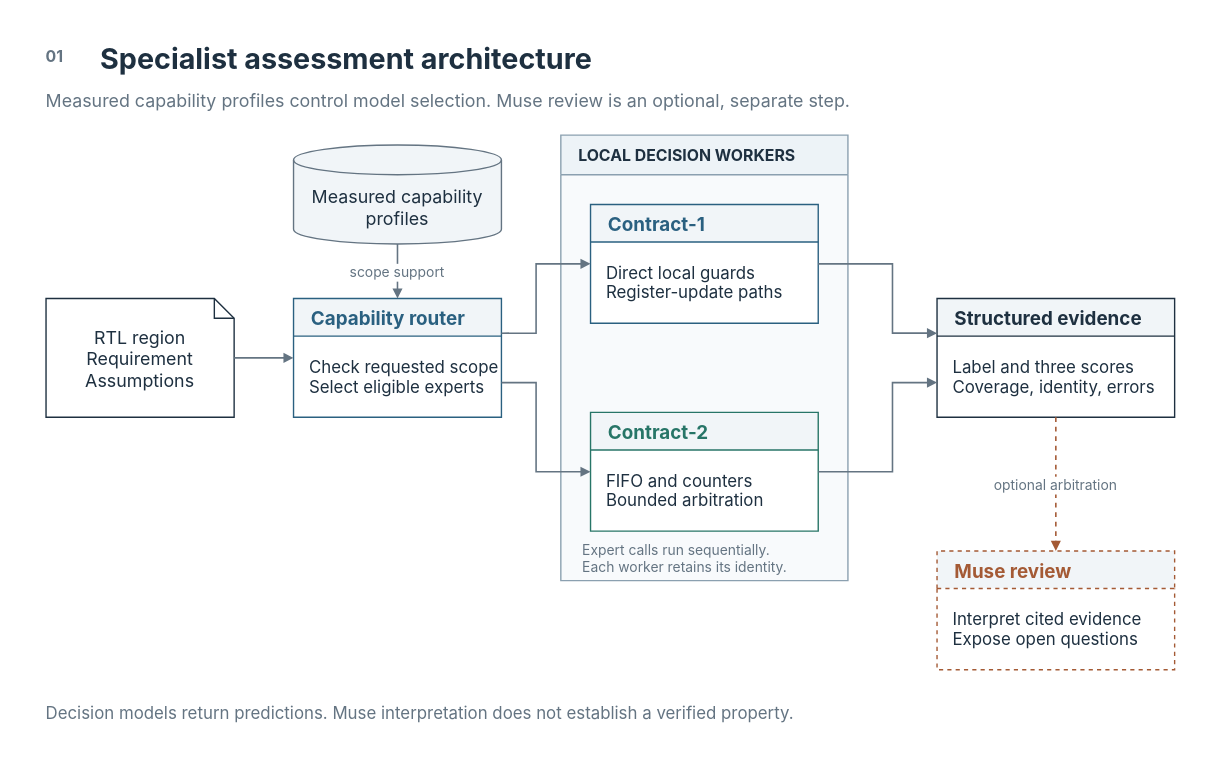
Before: docs/whitepaper/figures/01-system.drawio in debjyotikm/siliconshield, a draw.io diagram. Source tidied: cells renumbered, new cells numbered last; positions are measured from the earlier drawing's top-left corner, leaving out a move shared by most shapes. Both pictures are drawn from the tidied source at 99%, with x=0, y=0 at pixel (16, 16).
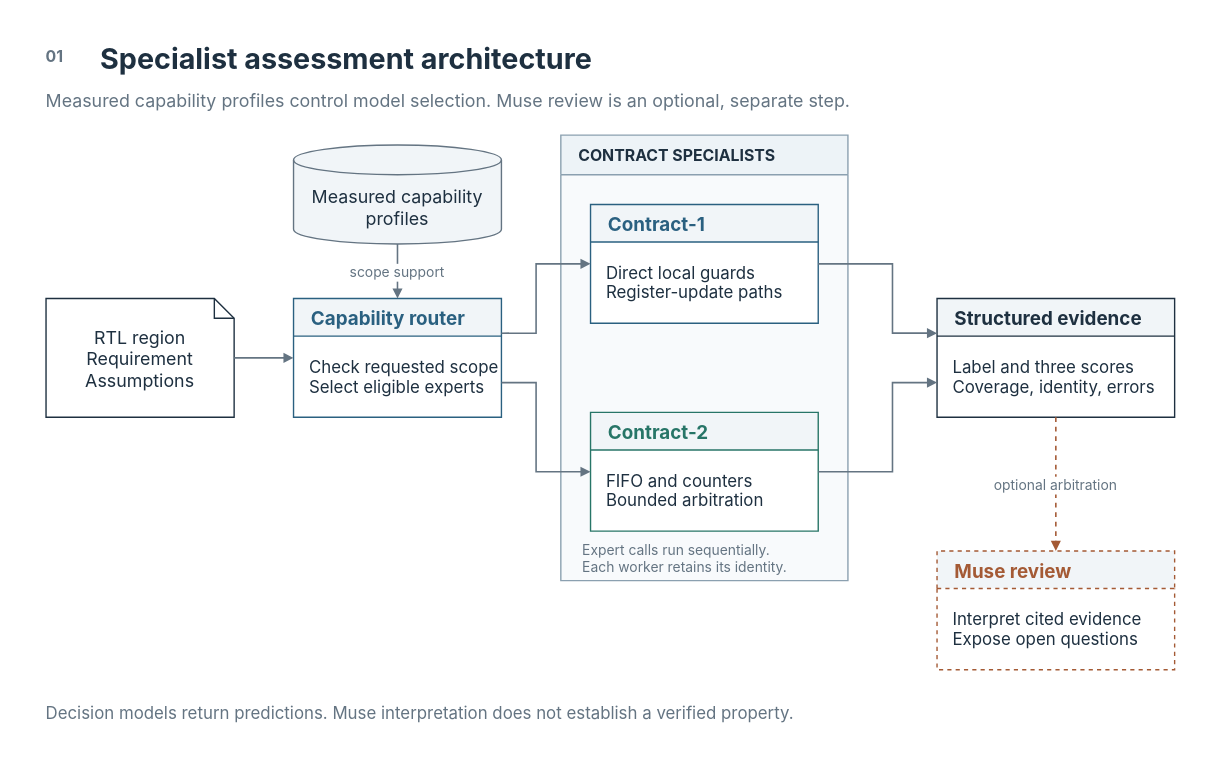
The same page after the edit.

Diff of the diagram source:
```diff
@@
-    <mxCell id="10" value="LOCAL DECISION WORKERS" style="html=0;whiteSpace=none;fontFamily=Inter,Arial,sans-serif;fontSize=18;fontColor=#1E3040;strokeWidth=1.4;swimlane;horizontal=1;startSize=40;fillColor=#EDF3F7;swimlaneFillColor=#F8FAFC;strokeColor=#8BA0B0;fontStyle=1;fontSize=16;align=left;spacingLeft=16;" parent="1" vertex="1">
+    <mxCell id="10" value="CONTRACT SPECIALISTS" style="html=0;whiteSpace=none;fontFamily=Inter,Arial,sans-serif;fontSize=18;fontColor=#1E3040;strokeWidth=1.4;swimlane;horizontal=1;startSize=40;fillColor=#EDF3F7;swimlaneFillColor=#F8FAFC;strokeColor=#8BA0B0;fontStyle=1;fontSize=16;align=left;spacingLeft=16;" parent="1" vertex="1">
       <mxGeometry x="550" y="120" width="290" height="450" as="geometry" />
     </mxCell>
```
